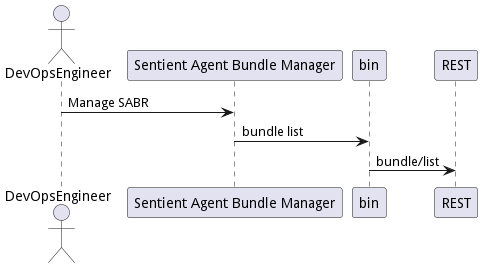
madajaju/sabr keeps this PlantUML diagram as docs/sabr/diml/sabm/userinteraction.png. Above is the earlier version.
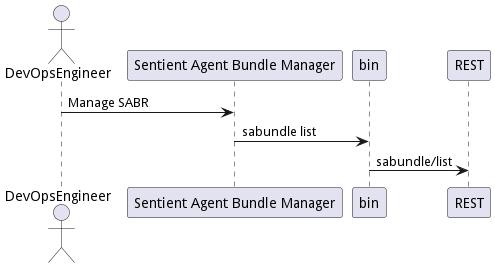
The same diagram one commit later.

What changed in the source:
```diff
@@ -7,8 +7,8 @@
 
 
 devops -> "Sentient Agent Bundle Manager": Manage SABR
-"Sentient Agent Bundle Manager" -> bin: bundle list
-bin -> REST: bundle/list
+"Sentient Agent Bundle Manager" -> bin: sabundle list
+bin -> REST: sabundle/list
 
 
 
```
